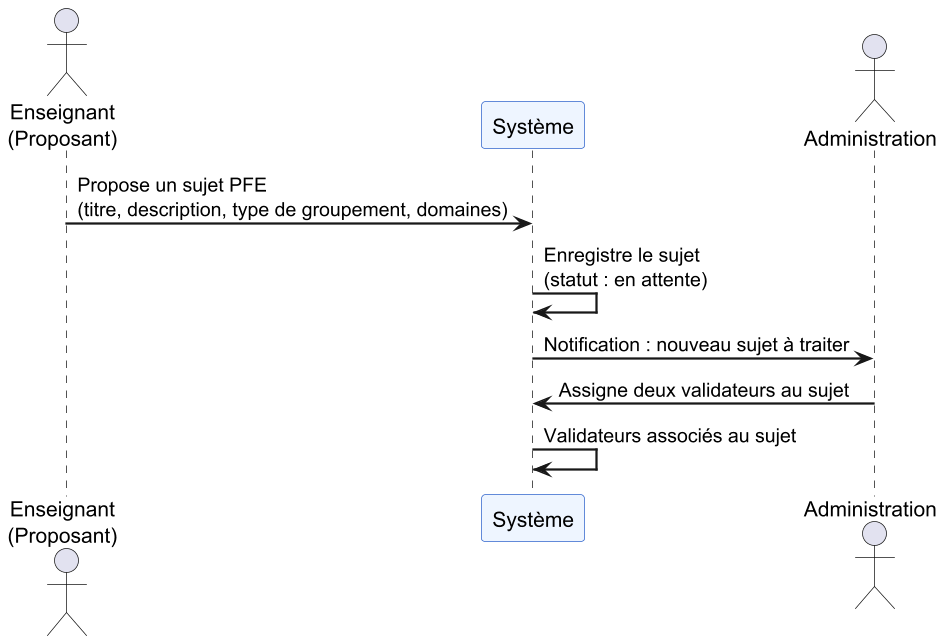
Earlier version of the PlantUML export diagrams/seq-proposition.png (rhpo/pfe-enhanced).
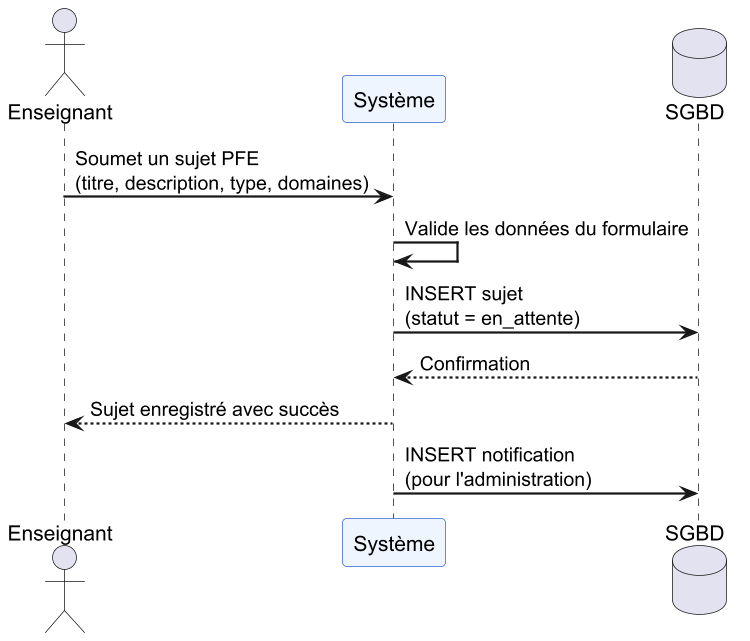
After the change.

What changed in the source:
```diff
@@ -4,14 +4,14 @@
 skinparam sequenceParticipantBackgroundColor #EEF5FF
 skinparam sequenceParticipantBorderColor #3366CC
 
-actor "Enseignant\n(Proposant)" as P
+actor "Enseignant" as P
 participant "Système" as S
-actor "Administration" as A
+database "SGBD" as DB
 
-P -> S : Propose un sujet PFE\n(titre, description, type de groupement, domaines)
-S -> S : Enregistre le sujet\n(statut : en attente)
-S -> A : Notification : nouveau sujet à traiter
-
-A -> S : Assigne deux validateurs au sujet
-S -> S : Validateurs associés au sujet
+P -> S : Soumet un sujet PFE\n(titre, description, type, domaines)
+S -> S : Valide les données du formulaire
+S -> DB : INSERT sujet\n(statut = en_attente)
+DB --> S : Confirmation
+S --> P : Sujet enregistré avec succès
+S -> DB : INSERT notification\n(pour l'administration)
 @enduml
```
